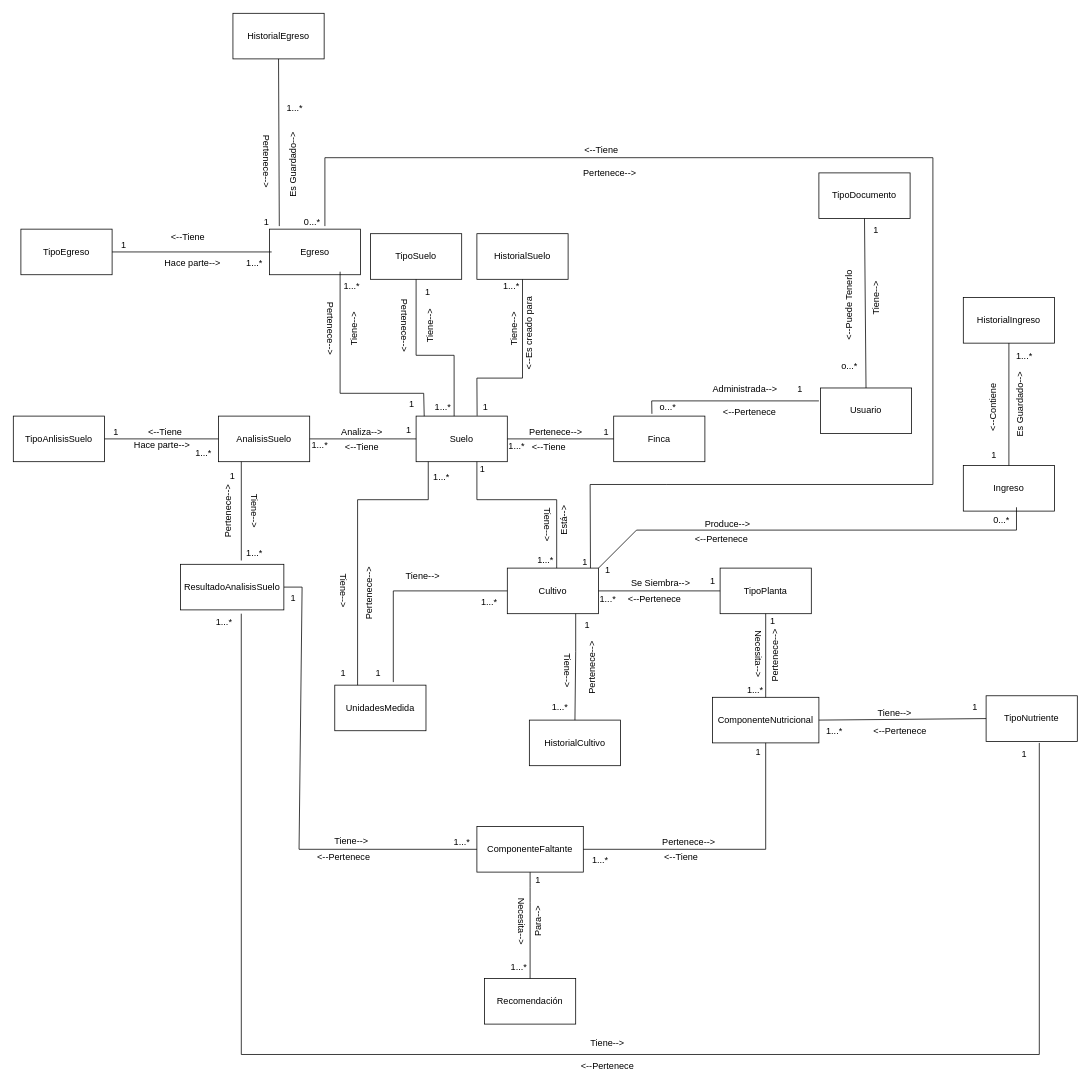
1193090526alexander/IngenieriaDeSotwareII keeps this draw.io diagram as CropScan.drawio. Above is the earlier version. Source tidied: cells renumbered, new cells numbered last; positions are measured from the earlier drawing's top-left corner, leaving out a move shared by most shapes. Both pictures are drawn from the tidied source at 76%, with x=0, y=0 at pixel (13, 13).
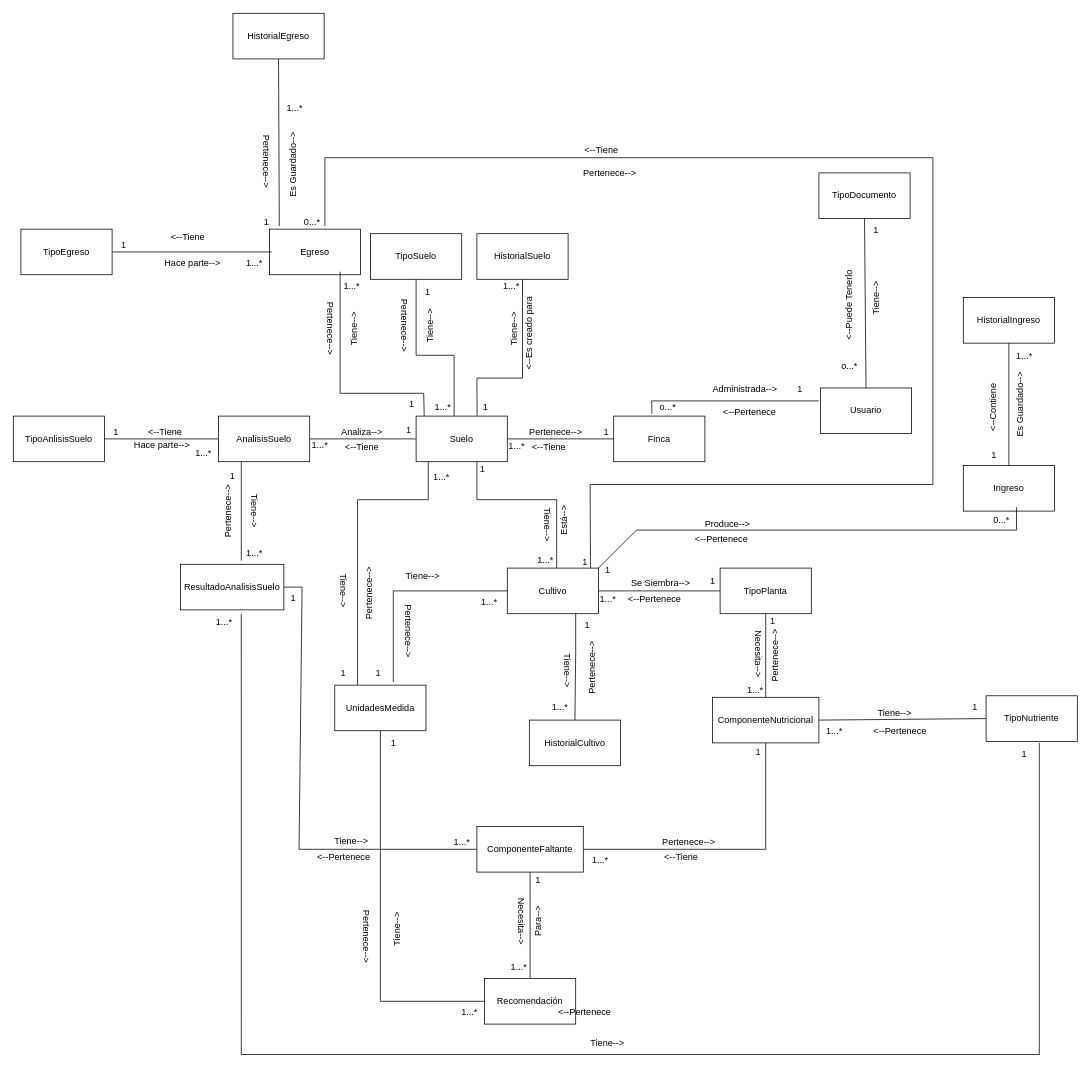
The same diagram, later.

The change refers to these unchanged cells:
```xml
<mxCell id="15" value="Recomendación" style="rounded=0;whiteSpace=wrap;html=1;" parent="1" vertex="1">
  <mxGeometry x="620" y="1270" width="120" height="60" as="geometry" />
</mxCell>
<mxCell id="139" value="UnidadesMedida" style="rounded=0;whiteSpace=wrap;html=1;" parent="1" vertex="1">
  <mxGeometry x="423" y="884" width="120" height="60" as="geometry" />
</mxCell>
```

What changed in the source:
```diff
@@
     <mxCell id="117" value="&amp;lt;--Pertenece" style="text;html=1;strokeColor=none;fillColor=none;align=center;verticalAlign=middle;whiteSpace=wrap;rounded=0;" parent="1" vertex="1">
-      <mxGeometry x="742" y="1370" width="80" height="30" as="geometry" />
+      <mxGeometry x="712" y="1300" width="80" height="30" as="geometry" />
     </mxCell>
@@
+    <mxCell id="148" style="endArrow=none;html=1;rounded=0;exitX=0;exitY=0.5;exitDx=0;exitDy=0;entryX=0.5;entryY=1;entryDx=0;entryDy=0;" parent="1" edge="1" source="15" target="139">
+      <mxGeometry relative="1" as="geometry">
+        <Array as="points">
+          <mxPoint x="483" y="1300" />
+        </Array>
+      </mxGeometry>
+    </mxCell>
+    <mxCell id="149" value="1" style="text;html=1;align=center;verticalAlign=middle;strokeColor=none;fillColor=none;" parent="1" vertex="1">
+      <mxGeometry x="485" y="945" width="30" height="30" as="geometry" />
+    </mxCell>
+    <mxCell id="150" value="Pertenece--&amp;gt;" style="text;html=1;strokeColor=none;fillColor=none;align=center;verticalAlign=middle;whiteSpace=wrap;rounded=0;rotation=90;" parent="1" vertex="1">
+      <mxGeometry x="480" y="798" width="80" height="30" as="geometry" />
+    </mxCell>
+    <mxCell id="151" value="Pertenece--&amp;gt;" style="text;html=1;strokeColor=none;fillColor=none;align=center;verticalAlign=middle;whiteSpace=wrap;rounded=0;rotation=90;" parent="1" vertex="1">
+      <mxGeometry x="425" y="1200" width="80" height="30" as="geometry" />
+    </mxCell>
+    <mxCell id="152" value="Tiene--&amp;gt;" style="text;html=1;strokeColor=none;fillColor=none;align=center;verticalAlign=middle;whiteSpace=wrap;rounded=0;rotation=270;" parent="1" vertex="1">
+      <mxGeometry x="465" y="1190" width="80" height="30" as="geometry" />
+    </mxCell>
+    <mxCell id="153" value="1...*" style="text;html=1;align=center;verticalAlign=middle;strokeColor=none;fillColor=none;" parent="1" vertex="1">
+      <mxGeometry x="580" y="1300" width="40" height="30" as="geometry" />
+    </mxCell>
```
